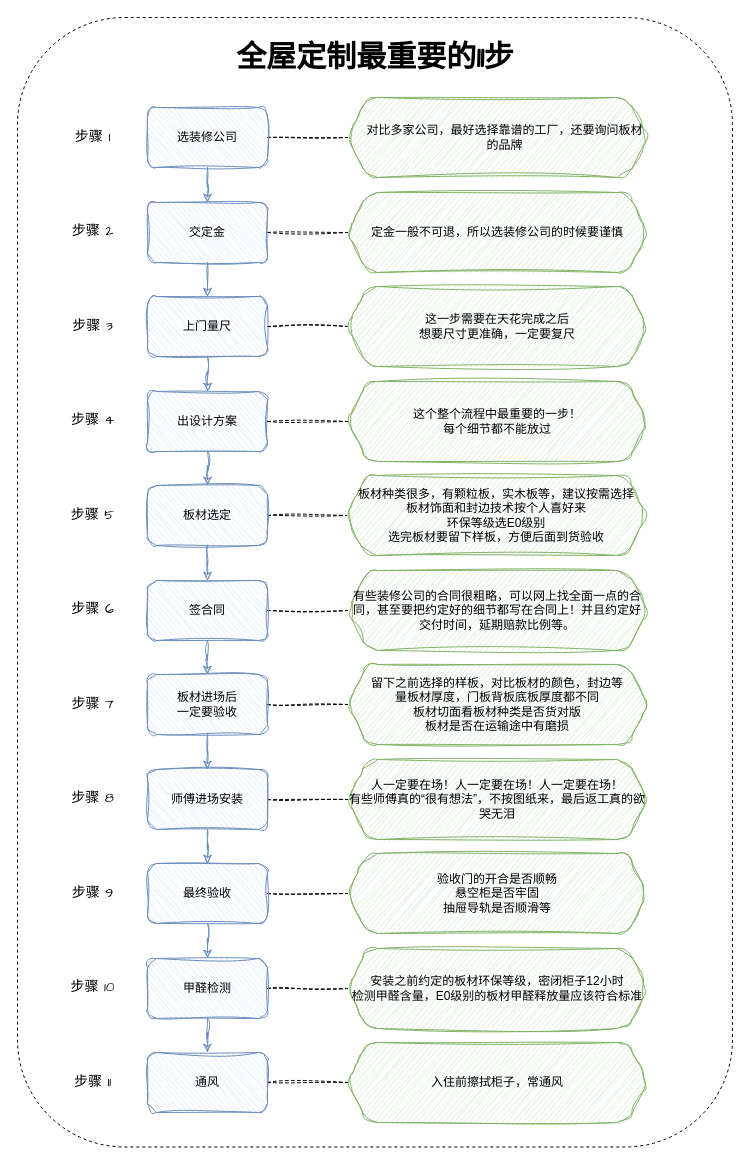
yeah2014/hello keeps this draw.io diagram as 全屋定制步骤.drawio. Above is the earlier version. Source tidied: cells renumbered, new cells numbered last; positions are measured from the earlier drawing's top-left corner, leaving out a move shared by most shapes. Both pictures are drawn from the tidied source at 100%, with x=0, y=0 at pixel (17, 17).
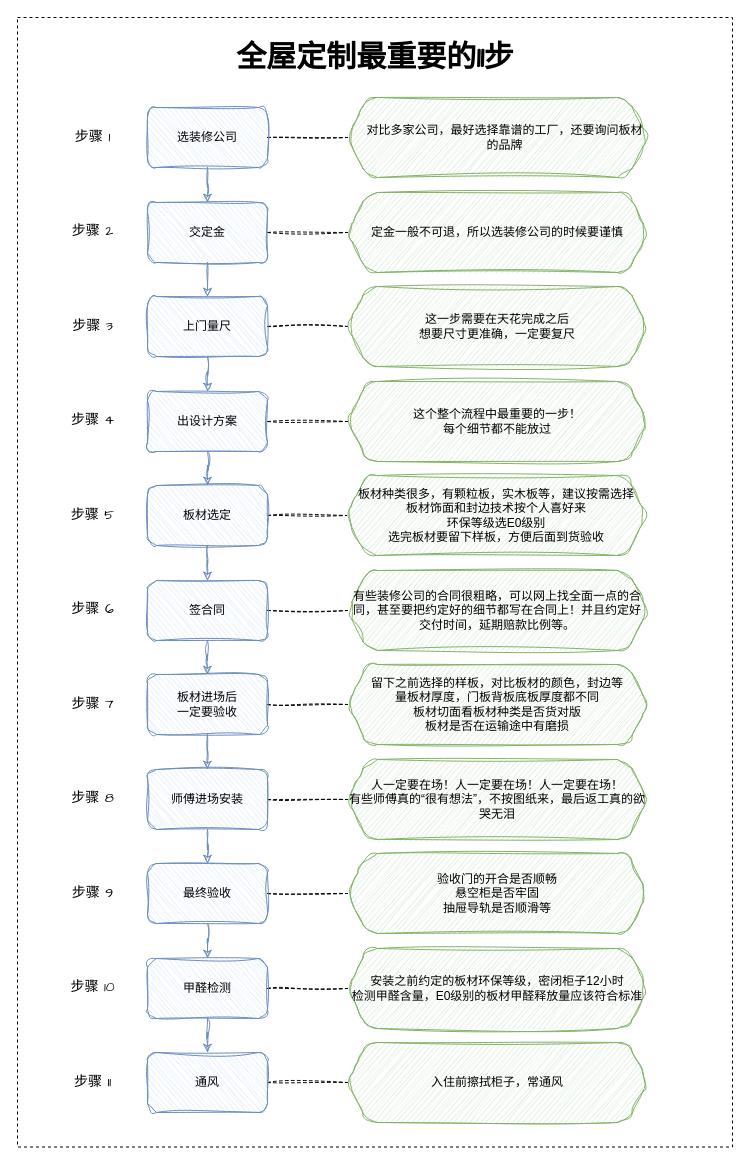
After the change.

Commit message (it also covers changes not shown here):
Update 全屋定制步骤.drawio

What changed in the source:
```diff
@@
-    <mxCell id="2" style="rounded=1;whiteSpace=wrap;html=1;dashed=1;" parent="1" vertex="1">
+    <mxCell id="2" style="rounded=0;whiteSpace=wrap;html=1;dashed=1;" parent="1" vertex="1">
       <mxGeometry width="715" height="1129.5" as="geometry" />
     </mxCell>
```
